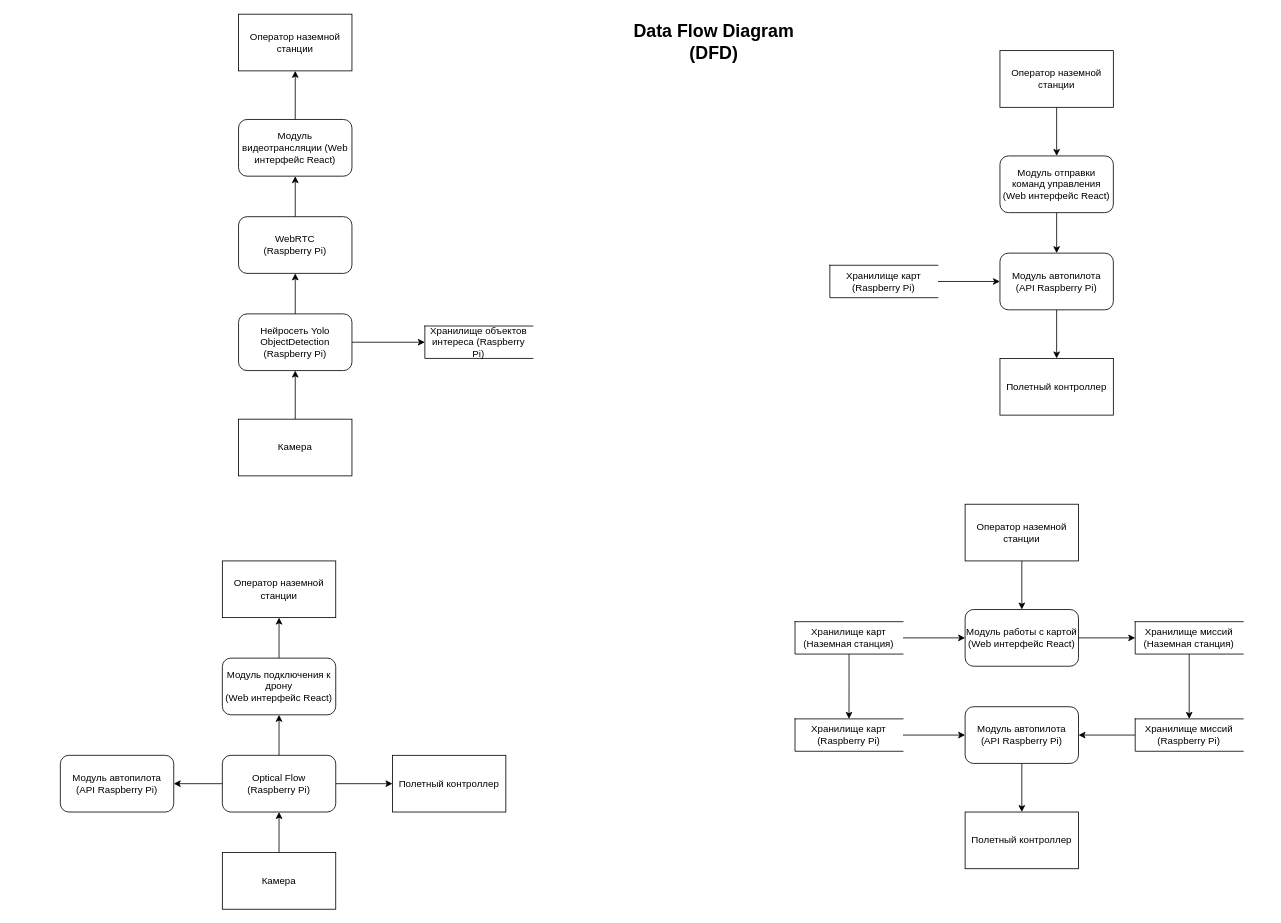
The draw.io diagram src/diagrams/dfd.drawio in zimkov/system-engineering-playbook, before the edit. Source tidied: cells renumbered, new cells numbered last; positions are measured from the earlier drawing's top-left corner, leaving out a move shared by most shapes. Both pictures are drawn from the tidied source at 81%, with x=0, y=0 at pixel (60, 14).
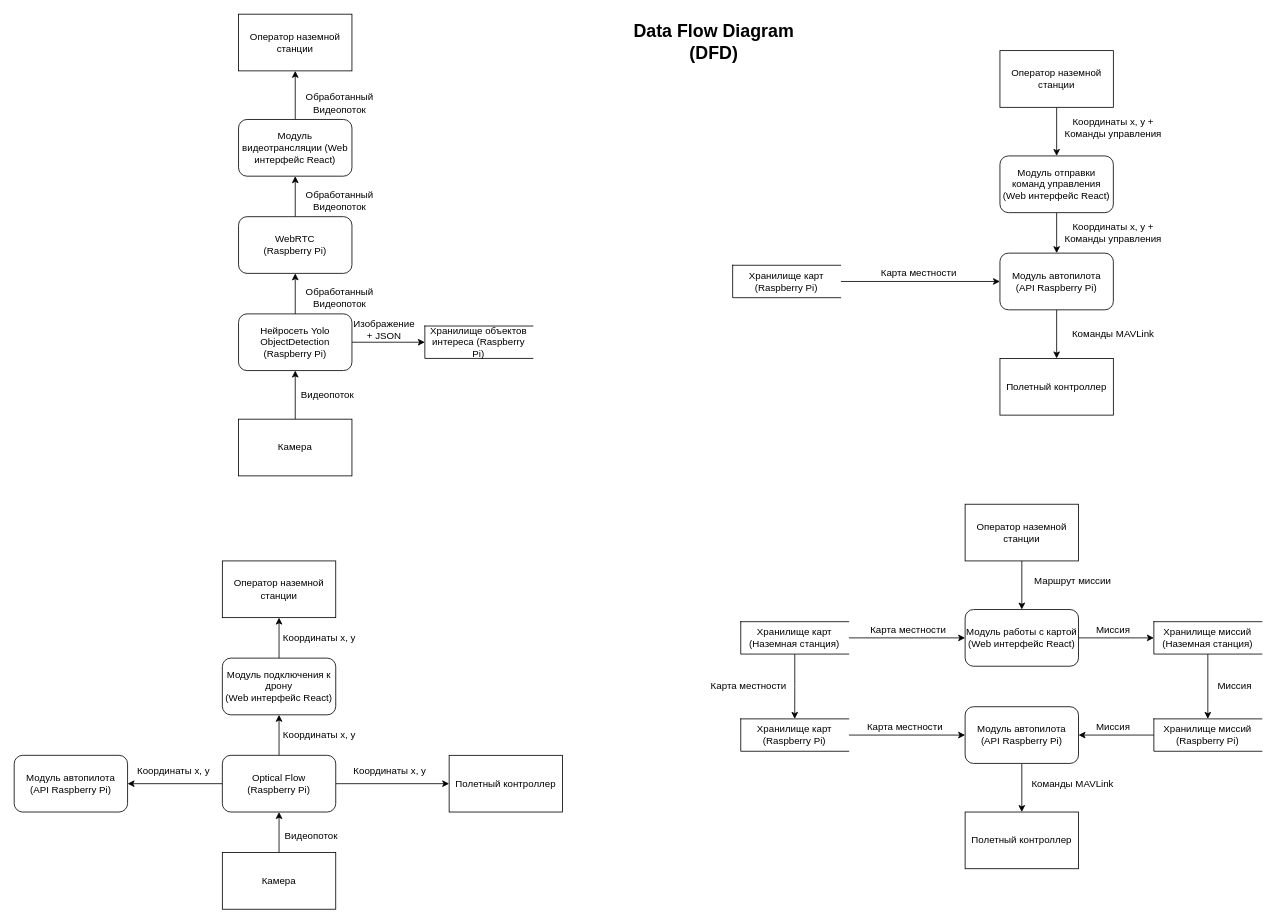
Above is the later version.

Change to the diagram source:
```diff
@@
     <mxCell id="6" value="Хранилище карт&lt;div&gt;(Наземная станция)&lt;/div&gt;" style="html=1;dashed=0;whiteSpace=wrap;shape=partialRectangle;right=0;" parent="1" vertex="1">
-      <mxGeometry x="907" y="750" width="133.3" height="40" as="geometry" />
+      <mxGeometry x="840" y="750" width="133.3" height="40" as="geometry" />
     </mxCell>
@@
     <mxCell id="10" value="Хранилище миссий&lt;div&gt;(Наземная станция)&lt;/div&gt;" style="html=1;dashed=0;whiteSpace=wrap;shape=partialRectangle;right=0;" parent="1" vertex="1">
-      <mxGeometry x="1327" y="750" width="133.3" height="40" as="geometry" />
+      <mxGeometry x="1350" y="750" width="133.3" height="40" as="geometry" />
     </mxCell>
@@
     <mxCell id="22" value="Хранилище миссий (Raspberry Pi)" style="html=1;dashed=0;whiteSpace=wrap;shape=partialRectangle;right=0;" parent="1" vertex="1">
-      <mxGeometry x="1327" y="870" width="133.3" height="40" as="geometry" />
+      <mxGeometry x="1350" y="870" width="133.3" height="40" as="geometry" />
     </mxCell>
@@
     <mxCell id="24" value="Хранилище карт&lt;div&gt;(Raspberry Pi)&lt;/div&gt;" style="html=1;dashed=0;whiteSpace=wrap;shape=partialRectangle;right=0;" parent="1" vertex="1">
-      <mxGeometry x="907" y="870" width="133.3" height="40" as="geometry" />
+      <mxGeometry x="840" y="870" width="133.3" height="40" as="geometry" />
     </mxCell>
@@
     <mxCell id="26" value="Хранилище карт&lt;div&gt;(Raspberry Pi)&lt;/div&gt;" style="html=1;dashed=0;whiteSpace=wrap;shape=partialRectangle;right=0;" parent="1" vertex="1">
-      <mxGeometry x="950" y="310" width="133.3" height="40" as="geometry" />
+      <mxGeometry x="830" y="310" width="133.3" height="40" as="geometry" />
     </mxCell>
@@
     <mxCell id="47" value="Полетный контроллер" style="html=1;dashed=0;whiteSpace=wrap;" parent="1" vertex="1">
-      <mxGeometry x="410" y="915" width="140" height="70" as="geometry" />
+      <mxGeometry x="480" y="915" width="140" height="70" as="geometry" />
     </mxCell>
     <mxCell id="48" value="Модуль автопилота&lt;div&gt;(API Raspberry Pi)&lt;/div&gt;" style="rounded=1;whiteSpace=wrap;html=1;" parent="1" vertex="1">
-      <mxGeometry y="915" width="140" height="70" as="geometry" />
+      <mxGeometry x="-57" y="915" width="140" height="70" as="geometry" />
     </mxCell>
@@
+    <mxCell id="50" value="Видеопоток" style="text;html=1;align=center;verticalAlign=middle;whiteSpace=wrap;rounded=0;" parent="1" vertex="1">
+      <mxGeometry x="290" y="455" width="80" height="30" as="geometry" />
+    </mxCell>
+    <mxCell id="51" value="Изображение + JSON" style="text;html=1;align=center;verticalAlign=middle;whiteSpace=wrap;rounded=0;" parent="1" vertex="1">
+      <mxGeometry x="360" y="375" width="80" height="30" as="geometry" />
+    </mxCell>
+    <mxCell id="52" value="Обработанный Видеопоток" style="text;html=1;align=center;verticalAlign=middle;whiteSpace=wrap;rounded=0;" parent="1" vertex="1">
+      <mxGeometry x="290" y="335" width="110" height="30" as="geometry" />
+    </mxCell>
+    <mxCell id="53" value="Обработанный Видеопоток" style="text;html=1;align=center;verticalAlign=middle;whiteSpace=wrap;rounded=0;" parent="1" vertex="1">
+      <mxGeometry x="290" y="215" width="110" height="30" as="geometry" />
+    </mxCell>
+    <mxCell id="54" value="Обработанный Видеопоток" style="text;html=1;align=center;verticalAlign=middle;whiteSpace=wrap;rounded=0;" parent="1" vertex="1">
+      <mxGeometry x="290" y="95" width="110" height="30" as="geometry" />
+    </mxCell>
+    <mxCell id="55" value="Видеопоток" style="text;html=1;align=center;verticalAlign=middle;whiteSpace=wrap;rounded=0;" parent="1" vertex="1">
+      <mxGeometry x="270" y="1005" width="80" height="20" as="geometry" />
+    </mxCell>
+    <mxCell id="56" value="Координаты x, y" style="text;html=1;align=center;verticalAlign=middle;whiteSpace=wrap;rounded=0;" parent="1" vertex="1">
+      <mxGeometry x="356.5" y="925" width="100" height="20" as="geometry" />
+    </mxCell>
+    <mxCell id="57" value="Координаты x, y" style="text;html=1;align=center;verticalAlign=middle;whiteSpace=wrap;rounded=0;" parent="1" vertex="1">
+      <mxGeometry x="90" y="925" width="100" height="20" as="geometry" />
+    </mxCell>
+    <mxCell id="58" value="Координаты x, y" style="text;html=1;align=center;verticalAlign=middle;whiteSpace=wrap;rounded=0;" parent="1" vertex="1">
+      <mxGeometry x="270" y="880" width="100" height="20" as="geometry" />
+    </mxCell>
+    <mxCell id="59" value="Координаты x, y" style="text;html=1;align=center;verticalAlign=middle;whiteSpace=wrap;rounded=0;" parent="1" vertex="1">
+      <mxGeometry x="270" y="760" width="100" height="20" as="geometry" />
+    </mxCell>
+    <mxCell id="60" value="Координаты x, y + Команды управления" style="text;html=1;align=center;verticalAlign=middle;whiteSpace=wrap;rounded=0;" parent="1" vertex="1">
+      <mxGeometry x="1230" y="115" width="140" height="50" as="geometry" />
+    </mxCell>
+    <mxCell id="61" value="Карта местности" style="text;html=1;align=center;verticalAlign=middle;whiteSpace=wrap;rounded=0;" parent="1" vertex="1">
+      <mxGeometry x="990" y="305" width="140" height="30" as="geometry" />
+    </mxCell>
+    <mxCell id="62" value="Координаты x, y + Команды управления" style="text;html=1;align=center;verticalAlign=middle;whiteSpace=wrap;rounded=0;" parent="1" vertex="1">
+      <mxGeometry x="1230" y="245" width="140" height="50" as="geometry" />
+    </mxCell>
+    <mxCell id="63" value="Команды MAVLink" style="text;html=1;align=center;verticalAlign=middle;whiteSpace=wrap;rounded=0;" parent="1" vertex="1">
+      <mxGeometry x="1230" y="370" width="140" height="50" as="geometry" />
+    </mxCell>
+    <mxCell id="64" value="Миссия" style="text;html=1;align=center;verticalAlign=middle;whiteSpace=wrap;rounded=0;" parent="1" vertex="1">
+      <mxGeometry x="1260" y="745" width="80" height="30" as="geometry" />
+    </mxCell>
+    <mxCell id="65" value="Миссия" style="text;html=1;align=center;verticalAlign=middle;whiteSpace=wrap;rounded=0;" parent="1" vertex="1">
+      <mxGeometry x="1260" y="865" width="80" height="30" as="geometry" />
+    </mxCell>
+    <mxCell id="66" value="Миссия" style="text;html=1;align=center;verticalAlign=middle;whiteSpace=wrap;rounded=0;" parent="1" vertex="1">
+      <mxGeometry x="1410" y="815" width="80" height="30" as="geometry" />
+    </mxCell>
+    <mxCell id="67" value="Карта местности" style="text;html=1;align=center;verticalAlign=middle;whiteSpace=wrap;rounded=0;" parent="1" vertex="1">
+      <mxGeometry x="977" y="745" width="140" height="30" as="geometry" />
+    </mxCell>
+    <mxCell id="68" value="Карта местности" style="text;html=1;align=center;verticalAlign=middle;whiteSpace=wrap;rounded=0;" parent="1" vertex="1">
+      <mxGeometry x="780" y="815" width="140" height="30" as="geometry" />
+    </mxCell>
+    <mxCell id="69" value="Карта местности" style="text;html=1;align=center;verticalAlign=middle;whiteSpace=wrap;rounded=0;" parent="1" vertex="1">
+      <mxGeometry x="973.3" y="865" width="140" height="30" as="geometry" />
+    </mxCell>
+    <mxCell id="70" value="Маршрут миссии" style="text;html=1;align=center;verticalAlign=middle;whiteSpace=wrap;rounded=0;" parent="1" vertex="1">
+      <mxGeometry x="1180" y="685" width="140" height="30" as="geometry" />
+    </mxCell>
+    <mxCell id="71" value="Команды MAVLink" style="text;html=1;align=center;verticalAlign=middle;whiteSpace=wrap;rounded=0;" parent="1" vertex="1">
+      <mxGeometry x="1180" y="925" width="140" height="50" as="geometry" />
+    </mxCell>
```
